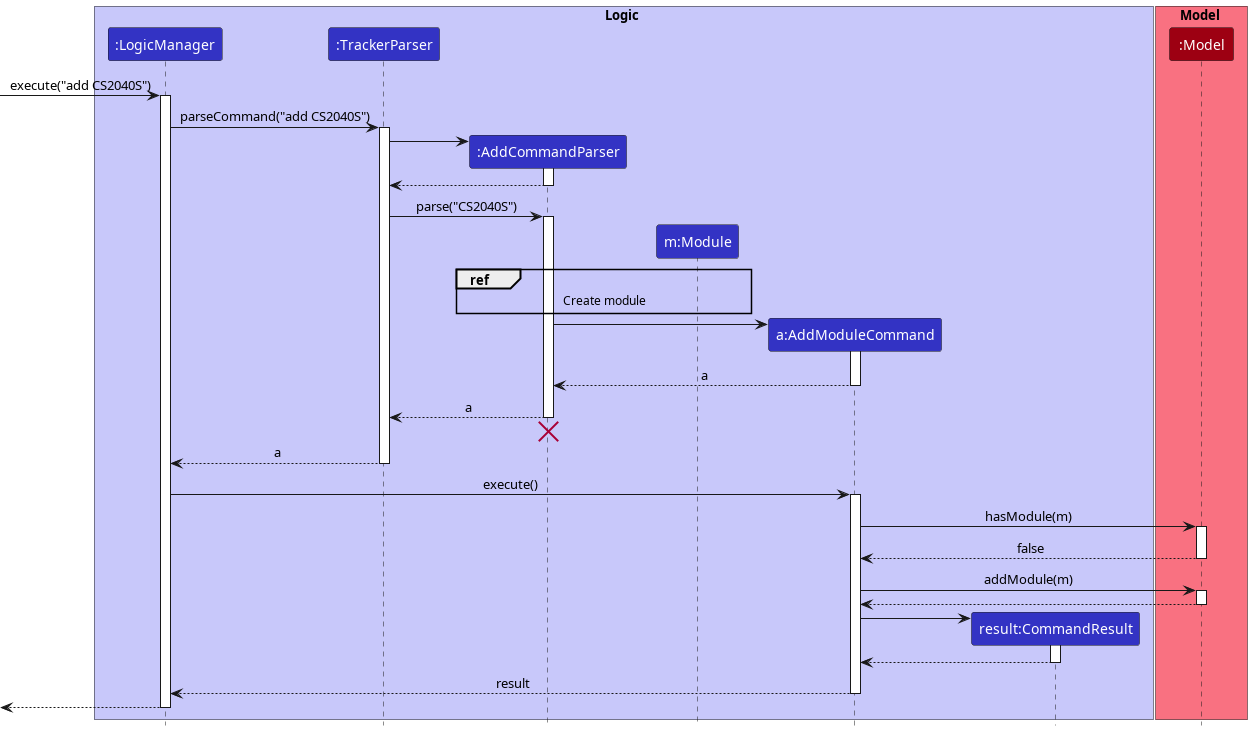
The PlantUML diagram docs/images/AddSequenceDiagram.png in nus-cs2103-AY2223S2/tp, before a commit.
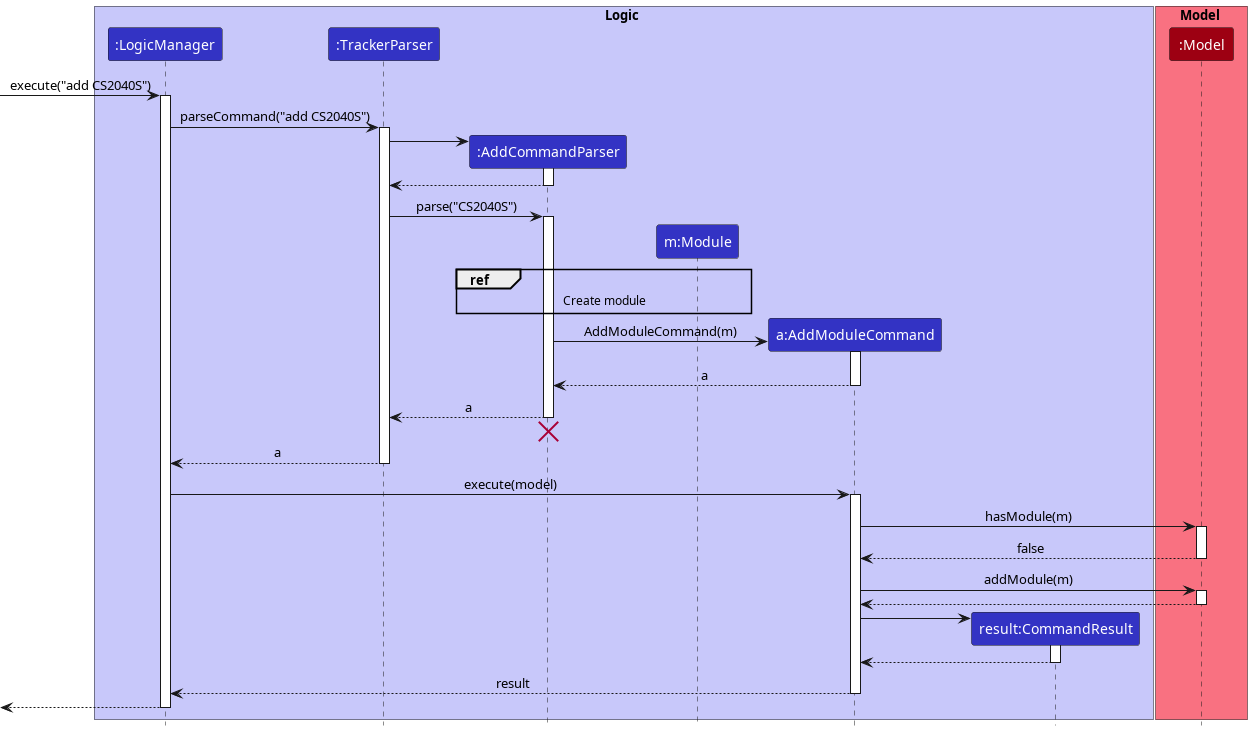
The same file after the commit.

Diff of the diagram source:
```diff
@@ -1,5 +1,74 @@
 @startuml
-!include style.puml
+
+
+
+!define UI_COLOR #1D8900
+!define UI_COLOR_T1 #83E769
+!define UI_COLOR_T2 #3FC71B
+!define UI_COLOR_T3 #166800
+!define UI_COLOR_T4 #0E4100
+
+!define LOGIC_COLOR #3333C4
+!define LOGIC_COLOR_T1 #C8C8FA
+!define LOGIC_COLOR_T2 #6A6ADC
+!define LOGIC_COLOR_T3 #1616B0
+!define LOGIC_COLOR_T4 #101086
+
+!define MODEL_COLOR #9D0012
+!define MODEL_COLOR_T1 #F97181
+!define MODEL_COLOR_T2 #E41F36
+!define MODEL_COLOR_T3 #7B000E
+!define MODEL_COLOR_T4 #51000A
+
+!define STORAGE_COLOR #A38300
+!define STORAGE_COLOR_T1 #FFE374
+!define STORAGE_COLOR_T2 #EDC520
+!define STORAGE_COLOR_T3 #806600
+!define STORAGE_COLOR_T2 #544400
+
+!define USER_COLOR #000000
+
+skinparam BackgroundColor #FFFFFFF
+
+skinparam Shadowing false
+
+skinparam Class {
+    FontColor #FFFFFF
+    BorderThickness 1
+    BorderColor #FFFFFF
+    StereotypeFontColor #FFFFFF
+    FontName Arial
+}
+
+skinparam Actor {
+    BorderColor USER_COLOR
+    Color USER_COLOR
+    FontName Arial
+}
+
+skinparam Sequence {
+    MessageAlign center
+    BoxFontSize 15
+    BoxPadding 0
+    BoxFontColor #FFFFFF
+    FontName Arial
+}
+
+skinparam Participant {
+    FontColor #FFFFFFF
+    Padding 20
+}
+
+skinparam MinClassWidth 50
+skinparam ParticipantPadding 10
+skinparam Shadowing false
+skinparam DefaultTextAlignment center
+skinparam packageStyle Rectangle
+
+hide footbox
+hide members
+hide circle
+
 
 box Logic LOGIC_COLOR_T1
 participant ":LogicManager" as LogicManager LOGIC_COLOR
@@ -37,7 +106,7 @@
 end ref
 
 create AddModuleCommand
-AddCommandParser -> AddModuleCommand
+AddCommandParser -> AddModuleCommand : AddModuleCommand(m)
 activate AddModuleCommand
 
 AddModuleCommand --> AddCommandParser : a
@@ -52,7 +121,7 @@
 TrackerParser --> LogicManager : a
 deactivate TrackerParser
 
-LogicManager -> AddModuleCommand : execute()
+LogicManager -> AddModuleCommand : execute(model)
 activate AddModuleCommand
 
 AddModuleCommand -> Model : hasModule(m)
```
